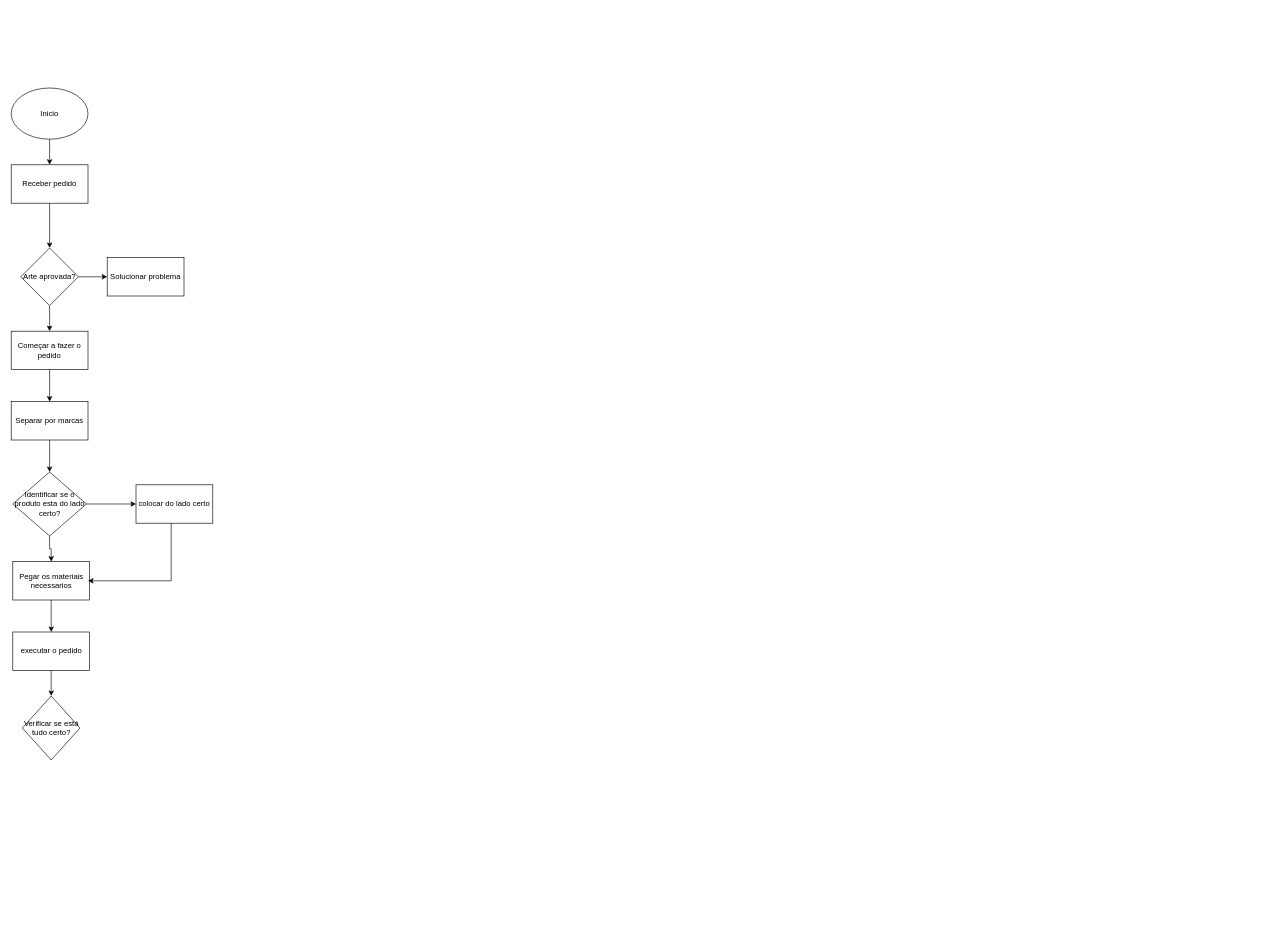
Before: diagramamamonaassassina.drawio in dudaSesi43/mamonasassassina, a draw.io diagram. Source tidied: cells renumbered, new cells numbered last; positions are measured from the earlier drawing's top-left corner, leaving out a move shared by most shapes. Both pictures are drawn from the tidied source at 64%, with x=0, y=0 at pixel (11, 88).
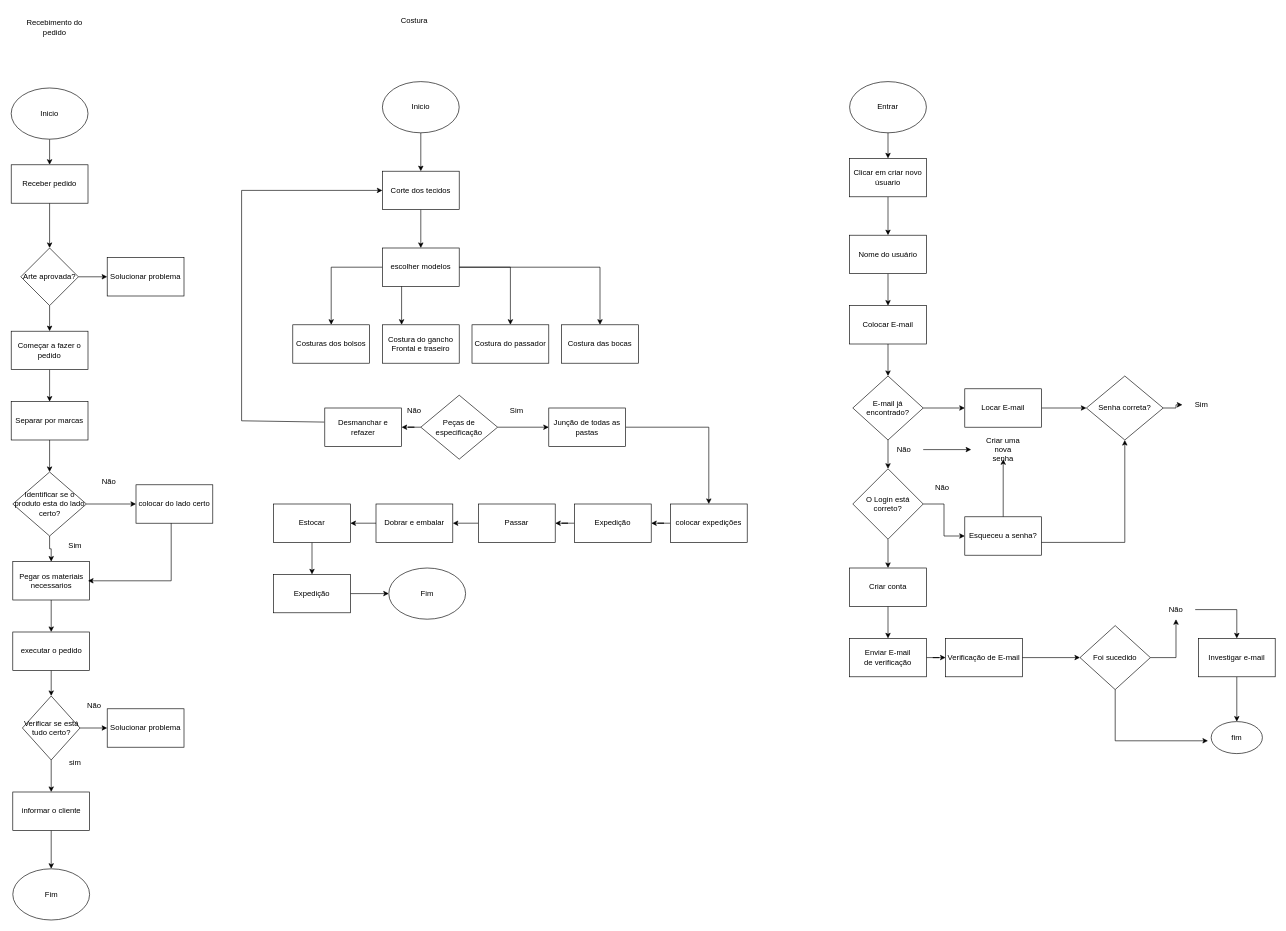
Above is the later version.

Commit message:
fazendo fluxograma

The change refers to these unchanged cells:
```xml
<mxCell id="23" value="Verificar se está tudo certo?" style="rhombus;whiteSpace=wrap;html=1;rounded=0;" parent="1" vertex="1">
  <mxGeometry x="17.5" y="950" width="90" height="100" as="geometry" />
</mxCell>
```

What changed in the source:
```diff
@@
+    <mxCell id="24" style="edgeStyle=orthogonalEdgeStyle;rounded=0;jettySize=auto;html=1;" parent="1" edge="1" source="23" target="28">
+      <mxGeometry relative="1" as="geometry" />
+    </mxCell>
+    <mxCell id="25" style="edgeStyle=orthogonalEdgeStyle;rounded=0;jettySize=auto;html=1;" parent="1" edge="1" source="23" target="30">
+      <mxGeometry relative="1" as="geometry" />
+    </mxCell>
@@
+    <mxCell id="26" value="Não" style="text;html=1;align=center;verticalAlign=middle;whiteSpace=wrap;rounded=0;" parent="1" vertex="1">
+      <mxGeometry x="122.5" y="600" width="60" height="30" as="geometry" />
+    </mxCell>
+    <mxCell id="27" value="Sim" style="text;html=1;align=center;verticalAlign=middle;whiteSpace=wrap;rounded=0;" parent="1" vertex="1">
+      <mxGeometry x="70" y="700" width="60" height="30" as="geometry" />
+    </mxCell>
+    <mxCell id="28" value="Solucionar problema" style="rounded=0;whiteSpace=wrap;html=1;" parent="1" vertex="1">
+      <mxGeometry x="150" y="970" width="120" height="60" as="geometry" />
+    </mxCell>
+    <mxCell id="29" style="edgeStyle=orthogonalEdgeStyle;rounded=0;jettySize=auto;html=1;" parent="1" edge="1" source="30" target="33">
+      <mxGeometry relative="1" as="geometry" />
+    </mxCell>
+    <mxCell id="30" value="informar o cliente" style="rounded=0;whiteSpace=wrap;html=1;" parent="1" vertex="1">
+      <mxGeometry x="2.5" y="1100" width="120" height="60" as="geometry" />
+    </mxCell>
+    <mxCell id="31" value="sim" style="text;html=1;align=center;verticalAlign=middle;whiteSpace=wrap;rounded=0;" parent="1" vertex="1">
+      <mxGeometry x="70" y="1040" width="60" height="30" as="geometry" />
+    </mxCell>
+    <mxCell id="32" value="Não" style="text;html=1;align=center;verticalAlign=middle;whiteSpace=wrap;rounded=0;" parent="1" vertex="1">
+      <mxGeometry x="100" y="950" width="60" height="30" as="geometry" />
+    </mxCell>
+    <mxCell id="33" value="Fim" style="ellipse;whiteSpace=wrap;html=1;" parent="1" vertex="1">
+      <mxGeometry x="2.5" y="1220" width="120" height="80" as="geometry" />
+    </mxCell>
+    <mxCell id="34" value="Recebimento do pedido" style="text;html=1;align=center;verticalAlign=middle;whiteSpace=wrap;rounded=0;" parent="1" vertex="1">
+      <mxGeometry x="12.5" y="-120" width="110" height="50" as="geometry" />
+    </mxCell>
+    <mxCell id="35" value="Costura" style="text;html=1;align=center;verticalAlign=middle;whiteSpace=wrap;rounded=0;" parent="1" vertex="1">
+      <mxGeometry x="600" y="-120" width="60" height="30" as="geometry" />
+    </mxCell>
+    <mxCell id="36" style="edgeStyle=orthogonalEdgeStyle;rounded=0;jettySize=auto;html=1;" parent="1" edge="1" source="37" target="39">
+      <mxGeometry relative="1" as="geometry" />
+    </mxCell>
+    <mxCell id="37" value="Inicio" style="ellipse;whiteSpace=wrap;html=1;" parent="1" vertex="1">
+      <mxGeometry x="580" y="-10" width="120" height="80" as="geometry" />
+    </mxCell>
+    <mxCell id="38" style="edgeStyle=orthogonalEdgeStyle;rounded=0;jettySize=auto;html=1;" parent="1" edge="1" source="39" target="43">
+      <mxGeometry relative="1" as="geometry" />
+    </mxCell>
+    <mxCell id="39" value="Corte dos tecidos" style="rounded=0;whiteSpace=wrap;html=1;" parent="1" vertex="1">
+      <mxGeometry x="580" y="130" width="120" height="60" as="geometry" />
+    </mxCell>
+    <mxCell id="40" style="edgeStyle=orthogonalEdgeStyle;rounded=0;jettySize=auto;html=1;entryX=0.5;entryY=0;entryDx=0;entryDy=0;" parent="1" edge="1" source="43" target="44">
+      <mxGeometry relative="1" as="geometry" />
+    </mxCell>
+    <mxCell id="41" style="edgeStyle=orthogonalEdgeStyle;rounded=0;jettySize=auto;html=1;" parent="1" edge="1" source="43" target="46">
+      <mxGeometry relative="1" as="geometry" />
+    </mxCell>
+    <mxCell id="42" style="edgeStyle=orthogonalEdgeStyle;rounded=0;jettySize=auto;html=1;entryX=0.5;entryY=0;entryDx=0;entryDy=0;" parent="1" edge="1" source="43" target="47">
+      <mxGeometry relative="1" as="geometry" />
+    </mxCell>
+    <mxCell id="43" value="escolher modelos" style="rounded=0;whiteSpace=wrap;html=1;" parent="1" vertex="1">
+      <mxGeometry x="580" y="250" width="120" height="60" as="geometry" />
+    </mxCell>
+    <mxCell id="44" value="Costuras dos bolsos" style="rounded=0;whiteSpace=wrap;html=1;" parent="1" vertex="1">
+      <mxGeometry x="440" y="370" width="120" height="60" as="geometry" />
+    </mxCell>
+    <mxCell id="45" value="Costura do gancho&lt;div&gt;Frontal e traseiro&lt;/div&gt;" style="rounded=0;whiteSpace=wrap;html=1;" parent="1" vertex="1">
+      <mxGeometry x="580" y="370" width="120" height="60" as="geometry" />
+    </mxCell>
+    <mxCell id="46" value="Costura do passador" style="rounded=0;whiteSpace=wrap;html=1;" parent="1" vertex="1">
+      <mxGeometry x="720" y="370" width="120" height="60" as="geometry" />
+    </mxCell>
+    <mxCell id="47" value="Costura das bocas" style="rounded=0;whiteSpace=wrap;html=1;" parent="1" vertex="1">
+      <mxGeometry x="860" y="370" width="120" height="60" as="geometry" />
+    </mxCell>
+    <mxCell id="48" style="endArrow=classic;html=1;rounded=0;exitX=0.25;exitY=1;exitDx=0;exitDy=0;entryX=0.25;entryY=0;entryDx=0;entryDy=0;" parent="1" edge="1" source="43" target="45">
+      <mxGeometry relative="1" as="geometry">
+        <Array as="points">
+          <mxPoint x="610" y="350" />
+        </Array>
+      </mxGeometry>
+    </mxCell>
+    <mxCell id="49" style="edgeStyle=orthogonalEdgeStyle;rounded=0;jettySize=auto;html=1;" parent="1" edge="1" source="51" target="54">
+      <mxGeometry relative="1" as="geometry" />
+    </mxCell>
+    <mxCell id="50" style="edgeStyle=orthogonalEdgeStyle;rounded=0;jettySize=auto;html=1;" parent="1" edge="1" source="51" target="52">
+      <mxGeometry relative="1" as="geometry" />
+    </mxCell>
+    <mxCell id="51" value="Peças de&lt;div&gt;especificação&lt;/div&gt;" style="rhombus;whiteSpace=wrap;html=1;" parent="1" vertex="1">
+      <mxGeometry x="640" y="480" width="120" height="100" as="geometry" />
+    </mxCell>
+    <mxCell id="52" value="Desmanchar e refazer" style="rounded=0;whiteSpace=wrap;html=1;" parent="1" vertex="1">
+      <mxGeometry x="490" y="500" width="120" height="60" as="geometry" />
+    </mxCell>
+    <mxCell id="53" style="edgeStyle=orthogonalEdgeStyle;rounded=0;jettySize=auto;html=1;" parent="1" edge="1" source="54" target="69">
+      <mxGeometry relative="1" as="geometry" />
+    </mxCell>
+    <mxCell id="54" value="Junção de todas as pastas" style="rounded=0;whiteSpace=wrap;html=1;" parent="1" vertex="1">
+      <mxGeometry x="840" y="500" width="120" height="60" as="geometry" />
+    </mxCell>
+    <mxCell id="55" style="edgeStyle=orthogonalEdgeStyle;rounded=0;jettySize=auto;html=1;" parent="1" edge="1" source="56" target="64">
+      <mxGeometry relative="1" as="geometry" />
+    </mxCell>
+    <mxCell id="56" value="Estocar" style="rounded=0;whiteSpace=wrap;html=1;" parent="1" vertex="1">
+      <mxGeometry x="410" y="650" width="120" height="60" as="geometry" />
+    </mxCell>
+    <mxCell id="57" style="edgeStyle=orthogonalEdgeStyle;rounded=0;jettySize=auto;html=1;" parent="1" edge="1" source="58" target="56">
+      <mxGeometry relative="1" as="geometry" />
+    </mxCell>
+    <mxCell id="58" value="Dobrar e embalar" style="rounded=0;whiteSpace=wrap;html=1;" parent="1" vertex="1">
+      <mxGeometry x="570" y="650" width="120" height="60" as="geometry" />
+    </mxCell>
+    <mxCell id="59" style="edgeStyle=orthogonalEdgeStyle;rounded=0;jettySize=auto;html=1;" parent="1" edge="1" source="60" target="58">
+      <mxGeometry relative="1" as="geometry" />
+    </mxCell>
+    <mxCell id="60" value="Passar" style="rounded=0;whiteSpace=wrap;html=1;" parent="1" vertex="1">
+      <mxGeometry x="730" y="650" width="120" height="60" as="geometry" />
+    </mxCell>
+    <mxCell id="61" style="edgeStyle=orthogonalEdgeStyle;rounded=0;jettySize=auto;html=1;" parent="1" edge="1" source="62" target="60">
+      <mxGeometry relative="1" as="geometry" />
+    </mxCell>
+    <mxCell id="62" value="Expedição" style="rounded=0;whiteSpace=wrap;html=1;" parent="1" vertex="1">
+      <mxGeometry x="880" y="650" width="120" height="60" as="geometry" />
+    </mxCell>
+    <mxCell id="63" style="edgeStyle=orthogonalEdgeStyle;rounded=0;jettySize=auto;html=1;" parent="1" edge="1" source="64" target="65">
+      <mxGeometry relative="1" as="geometry" />
+    </mxCell>
+    <mxCell id="64" value="Expedição" style="rounded=0;whiteSpace=wrap;html=1;" parent="1" vertex="1">
+      <mxGeometry x="410" y="760" width="120" height="60" as="geometry" />
+    </mxCell>
+    <mxCell id="65" value="Fim" style="ellipse;whiteSpace=wrap;html=1;" parent="1" vertex="1">
+      <mxGeometry x="590" y="750" width="120" height="80" as="geometry" />
+    </mxCell>
+    <mxCell id="66" value="Sim" style="text;html=1;align=center;verticalAlign=middle;whiteSpace=wrap;rounded=0;" parent="1" vertex="1">
+      <mxGeometry x="760" y="490" width="60" height="30" as="geometry" />
+    </mxCell>
+    <mxCell id="67" value="Não" style="text;html=1;align=center;verticalAlign=middle;whiteSpace=wrap;rounded=0;" parent="1" vertex="1">
+      <mxGeometry x="600" y="490" width="60" height="30" as="geometry" />
+    </mxCell>
+    <mxCell id="68" style="edgeStyle=orthogonalEdgeStyle;rounded=0;jettySize=auto;html=1;" parent="1" edge="1" source="69" target="62">
+      <mxGeometry relative="1" as="geometry" />
+    </mxCell>
+    <mxCell id="69" value="colocar expedições" style="whiteSpace=wrap;html=1;rounded=0;" parent="1" vertex="1">
+      <mxGeometry x="1030" y="650" width="120" height="60" as="geometry" />
+    </mxCell>
+    <mxCell id="70" style="endArrow=classic;html=1;rounded=0;exitX=-0.008;exitY=0.367;exitDx=0;exitDy=0;exitPerimeter=0;entryX=0;entryY=0.5;entryDx=0;entryDy=0;" parent="1" edge="1" source="52" target="39">
+      <mxGeometry relative="1" as="geometry">
+        <Array as="points">
+          <mxPoint x="360" y="520" />
+          <mxPoint x="360" y="160" />
+        </Array>
+      </mxGeometry>
+    </mxCell>
+    <mxCell id="71" style="edgeStyle=orthogonalEdgeStyle;rounded=0;jettySize=auto;html=1;" parent="1" edge="1" source="72" target="74">
+      <mxGeometry relative="1" as="geometry" />
+    </mxCell>
+    <mxCell id="72" value="Entrar" style="ellipse;whiteSpace=wrap;html=1;" parent="1" vertex="1">
+      <mxGeometry x="1310" y="-10" width="120" height="80" as="geometry" />
+    </mxCell>
+    <mxCell id="73" style="edgeStyle=orthogonalEdgeStyle;rounded=0;jettySize=auto;html=1;" parent="1" edge="1" source="74" target="76">
+      <mxGeometry relative="1" as="geometry" />
+    </mxCell>
+    <mxCell id="74" value="Clicar em criar novo úsuario" style="rounded=0;whiteSpace=wrap;html=1;" parent="1" vertex="1">
+      <mxGeometry x="1310" y="110" width="120" height="60" as="geometry" />
+    </mxCell>
+    <mxCell id="75" style="edgeStyle=orthogonalEdgeStyle;rounded=0;jettySize=auto;html=1;" parent="1" edge="1" source="76" target="78">
+      <mxGeometry relative="1" as="geometry" />
+    </mxCell>
+    <mxCell id="76" value="Nome do usuário" style="rounded=0;whiteSpace=wrap;html=1;" parent="1" vertex="1">
+      <mxGeometry x="1310" y="230" width="120" height="60" as="geometry" />
+    </mxCell>
+    <mxCell id="77" style="edgeStyle=orthogonalEdgeStyle;rounded=0;jettySize=auto;html=1;" parent="1" edge="1" source="78" target="81">
+      <mxGeometry relative="1" as="geometry" />
+    </mxCell>
+    <mxCell id="78" value="Colocar E-mail" style="rounded=0;whiteSpace=wrap;html=1;" parent="1" vertex="1">
+      <mxGeometry x="1310" y="340" width="120" height="60" as="geometry" />
+    </mxCell>
+    <mxCell id="79" style="edgeStyle=orthogonalEdgeStyle;rounded=0;jettySize=auto;html=1;" parent="1" edge="1" source="81" target="83">
+      <mxGeometry relative="1" as="geometry" />
+    </mxCell>
+    <mxCell id="80" style="edgeStyle=orthogonalEdgeStyle;rounded=0;jettySize=auto;html=1;" parent="1" edge="1" source="81" target="88">
+      <mxGeometry relative="1" as="geometry" />
+    </mxCell>
+    <mxCell id="81" value="E-mail já encontrado?" style="rhombus;whiteSpace=wrap;html=1;" parent="1" vertex="1">
+      <mxGeometry x="1315" y="450" width="110" height="100" as="geometry" />
+    </mxCell>
+    <mxCell id="82" style="edgeStyle=orthogonalEdgeStyle;rounded=0;jettySize=auto;html=1;" parent="1" edge="1" source="83" target="85">
+      <mxGeometry relative="1" as="geometry" />
+    </mxCell>
+    <mxCell id="83" value="Locar E-mail" style="rounded=0;whiteSpace=wrap;html=1;" parent="1" vertex="1">
+      <mxGeometry x="1490" y="470" width="120" height="60" as="geometry" />
+    </mxCell>
+    <mxCell id="84" style="edgeStyle=orthogonalEdgeStyle;rounded=0;jettySize=auto;html=1;" parent="1" edge="1" source="85" target="96">
+      <mxGeometry relative="1" as="geometry" />
+    </mxCell>
+    <mxCell id="85" value="Senha correta?" style="rhombus;whiteSpace=wrap;html=1;" parent="1" vertex="1">
+      <mxGeometry x="1680" y="450" width="120" height="100" as="geometry" />
+    </mxCell>
+    <mxCell id="86" style="edgeStyle=orthogonalEdgeStyle;rounded=0;jettySize=auto;html=1;" parent="1" edge="1" source="88" target="91">
+      <mxGeometry relative="1" as="geometry" />
+    </mxCell>
+    <mxCell id="87" style="edgeStyle=orthogonalEdgeStyle;rounded=0;jettySize=auto;html=1;" parent="1" edge="1" source="88" target="98">
+      <mxGeometry relative="1" as="geometry" />
+    </mxCell>
+    <mxCell id="88" value="O Login está correto?" style="rhombus;whiteSpace=wrap;html=1;" parent="1" vertex="1">
+      <mxGeometry x="1315" y="595" width="110" height="110" as="geometry" />
+    </mxCell>
+    <mxCell id="89" value="Não" style="text;html=1;align=center;verticalAlign=middle;whiteSpace=wrap;rounded=0;" parent="1" vertex="1">
+      <mxGeometry x="1365" y="550" width="60" height="30" as="geometry" />
+    </mxCell>
+    <mxCell id="90" style="edgeStyle=orthogonalEdgeStyle;rounded=0;jettySize=auto;html=1;" parent="1" edge="1" source="91" target="92">
+      <mxGeometry relative="1" as="geometry" />
+    </mxCell>
+    <mxCell id="91" value="Esqueceu a senha?" style="rounded=0;whiteSpace=wrap;html=1;" parent="1" vertex="1">
+      <mxGeometry x="1490" y="670" width="120" height="60" as="geometry" />
+    </mxCell>
+    <mxCell id="92" value="Criar uma nova senha" style="text;html=1;align=center;verticalAlign=middle;whiteSpace=wrap;rounded=0;" parent="1" vertex="1">
+      <mxGeometry x="1520" y="550" width="60" height="30" as="geometry" />
+    </mxCell>
+    <mxCell id="93" style="endArrow=classic;html=1;rounded=0;exitX=1;exitY=0.5;exitDx=0;exitDy=0;" parent="1" edge="1" source="89">
+      <mxGeometry relative="1" as="geometry">
+        <mxPoint x="1500" y="565" as="targetPoint" />
+      </mxGeometry>
+    </mxCell>
+    <mxCell id="94" value="Não" style="text;html=1;align=center;verticalAlign=middle;whiteSpace=wrap;rounded=0;" parent="1" vertex="1">
+      <mxGeometry x="1425" y="610" width="60" height="30" as="geometry" />
+    </mxCell>
+    <mxCell id="95" style="endArrow=classic;html=1;rounded=0;entryX=0.5;entryY=1;entryDx=0;entryDy=0;exitX=1;exitY=0.667;exitDx=0;exitDy=0;exitPerimeter=0;" parent="1" edge="1" source="91" target="85">
+      <mxGeometry relative="1" as="geometry">
+        <Array as="points">
+          <mxPoint x="1740" y="710" />
+        </Array>
+      </mxGeometry>
+    </mxCell>
+    <mxCell id="96" value="Sim" style="text;html=1;align=center;verticalAlign=middle;whiteSpace=wrap;rounded=0;" parent="1" vertex="1">
+      <mxGeometry x="1830" y="480" width="60" height="30" as="geometry" />
+    </mxCell>
+    <mxCell id="97" style="edgeStyle=orthogonalEdgeStyle;rounded=0;jettySize=auto;html=1;" parent="1" edge="1" source="98" target="100">
+      <mxGeometry relative="1" as="geometry" />
+    </mxCell>
+    <mxCell id="98" value="Criar conta" style="rounded=0;whiteSpace=wrap;html=1;" parent="1" vertex="1">
+      <mxGeometry x="1310" y="750" width="120" height="60" as="geometry" />
+    </mxCell>
+    <mxCell id="99" style="edgeStyle=orthogonalEdgeStyle;rounded=0;jettySize=auto;html=1;" parent="1" edge="1" source="100" target="101">
+      <mxGeometry relative="1" as="geometry" />
+    </mxCell>
+    <mxCell id="100" value="Enviar E-mail&lt;div&gt;de verificação&lt;/div&gt;" style="rounded=0;whiteSpace=wrap;html=1;" parent="1" vertex="1">
+      <mxGeometry x="1310" y="860" width="120" height="60" as="geometry" />
+    </mxCell>
+    <mxCell id="101" value="Verificação de E-mail" style="rounded=0;whiteSpace=wrap;html=1;" parent="1" vertex="1">
+      <mxGeometry x="1460" y="860" width="120" height="60" as="geometry" />
+    </mxCell>
+    <mxCell id="102" style="endArrow=classic;html=1;rounded=0;exitX=1;exitY=0.5;exitDx=0;exitDy=0;" parent="1" edge="1" source="101">
+      <mxGeometry relative="1" as="geometry">
+        <mxPoint x="1670" y="890" as="targetPoint" />
+      </mxGeometry>
+    </mxCell>
+    <mxCell id="103" style="edgeStyle=orthogonalEdgeStyle;rounded=0;jettySize=auto;html=1;" parent="1" edge="1" source="108" target="106">
+      <mxGeometry relative="1" as="geometry" />
+    </mxCell>
+    <mxCell id="104" value="Foi sucedido" style="rhombus;whiteSpace=wrap;html=1;" parent="1" vertex="1">
+      <mxGeometry x="1670" y="840" width="110" height="100" as="geometry" />
+    </mxCell>
+    <mxCell id="105" style="edgeStyle=orthogonalEdgeStyle;rounded=0;jettySize=auto;html=1;" parent="1" edge="1" source="106" target="109">
+      <mxGeometry relative="1" as="geometry" />
+    </mxCell>
+    <mxCell id="106" value="Investigar e-mail" style="whiteSpace=wrap;html=1;" parent="1" vertex="1">
+      <mxGeometry x="1855" y="860" width="120" height="60" as="geometry" />
+    </mxCell>
+    <mxCell id="107" style="edgeStyle=orthogonalEdgeStyle;rounded=0;jettySize=auto;html=1;" parent="1" edge="1" source="104" target="108">
+      <mxGeometry relative="1" as="geometry" />
+    </mxCell>
+    <mxCell id="108" value="Não" style="text;html=1;align=center;verticalAlign=middle;whiteSpace=wrap;rounded=0;" parent="1" vertex="1">
+      <mxGeometry x="1790" y="800" width="60" height="30" as="geometry" />
+    </mxCell>
+    <mxCell id="109" value="fim" style="ellipse;whiteSpace=wrap;html=1;" parent="1" vertex="1">
+      <mxGeometry x="1875" y="990" width="80" height="50" as="geometry" />
+    </mxCell>
+    <mxCell id="110" style="endArrow=classic;html=1;rounded=0;exitX=0.5;exitY=1;exitDx=0;exitDy=0;" parent="1" edge="1" source="104">
+      <mxGeometry relative="1" as="geometry">
+        <mxPoint x="1870" y="1020" as="targetPoint" />
+        <Array as="points">
+          <mxPoint x="1725" y="1020" />
+        </Array>
+      </mxGeometry>
+    </mxCell>
```
